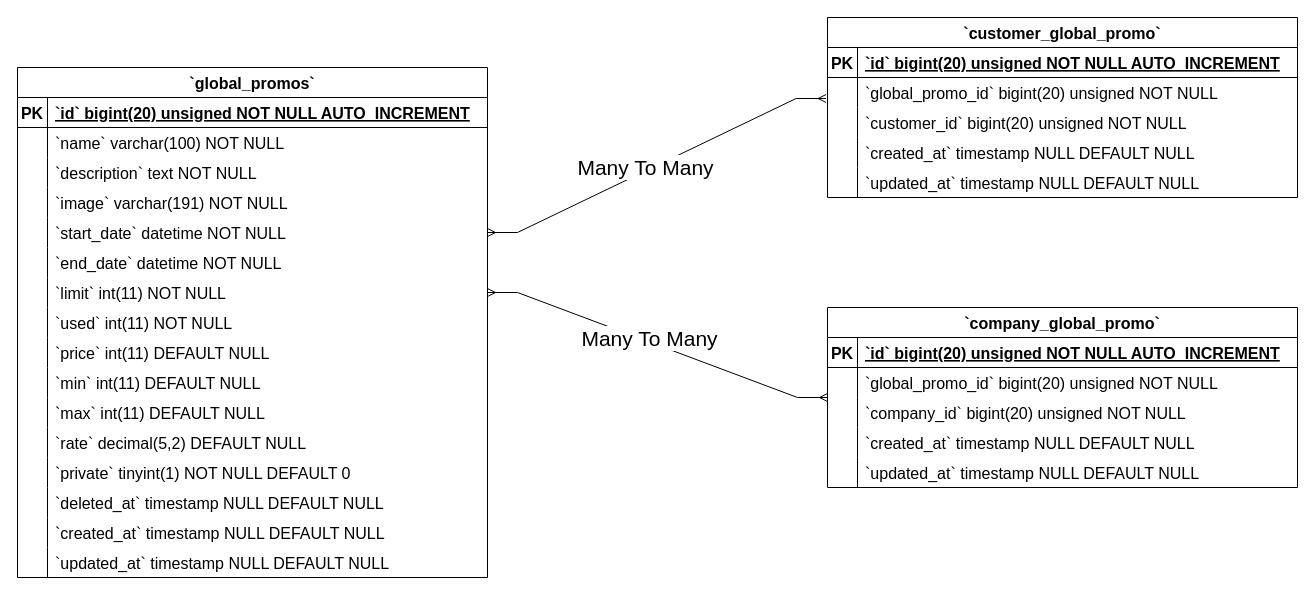
This is Global Promos ERD Diagram.drawio from Simasco/diagram, a draw.io file, before an edit. Source tidied: cells renumbered, new cells numbered last; positions are measured from the earlier drawing's top-left corner, leaving out a move shared by most shapes. Both pictures are drawn from the tidied source at 100%, with x=0, y=0 at pixel (17, 17).
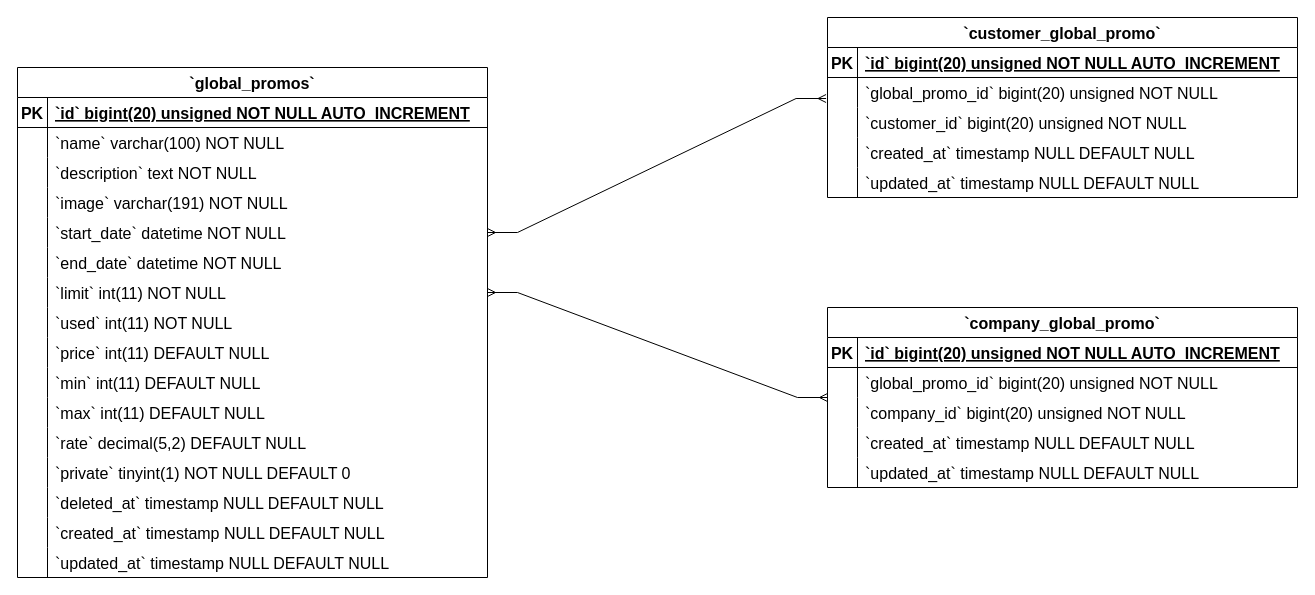
The same diagram, later.

The change refers to these unchanged cells:
```xml
<mxCell id="83" style="edgeStyle=entityRelationEdgeStyle;fontSize=12;html=1;endArrow=ERmany;startArrow=ERmany;rounded=0;exitX=1;exitY=0.5;exitDx=0;exitDy=0;entryX=-0.003;entryY=-0.3;entryDx=0;entryDy=0;entryPerimeter=0;" parent="1" edge="1" source="15" target="74">
  <mxGeometry relative="1" as="geometry" />
</mxCell>
<mxCell id="85" style="edgeStyle=entityRelationEdgeStyle;fontSize=12;html=1;endArrow=ERmany;startArrow=ERmany;rounded=0;exitX=1;exitY=0.5;exitDx=0;exitDy=0;" parent="1" edge="1" source="21" target="51">
  <mxGeometry relative="1" as="geometry" />
</mxCell>
```

Change to the diagram source:
```diff
@@
-    <mxCell id="84" value="&lt;font style=&quot;font-size: 21px;&quot;&gt;Many To Many&lt;/font&gt;" style="edgeLabel;html=1;align=center;verticalAlign=middle;" parent="83" vertex="1">
-      <mxGeometry x="-0.06" y="4" relative="1" as="geometry" />
-    </mxCell>
@@
-    <mxCell id="86" value="&lt;font style=&quot;font-size: 21px;&quot;&gt;Many To Many&lt;/font&gt;" style="edgeLabel;html=1;align=center;verticalAlign=middle;" parent="85" vertex="1">
-      <mxGeometry x="-0.06" y="4" relative="1" as="geometry" />
-    </mxCell>
```
